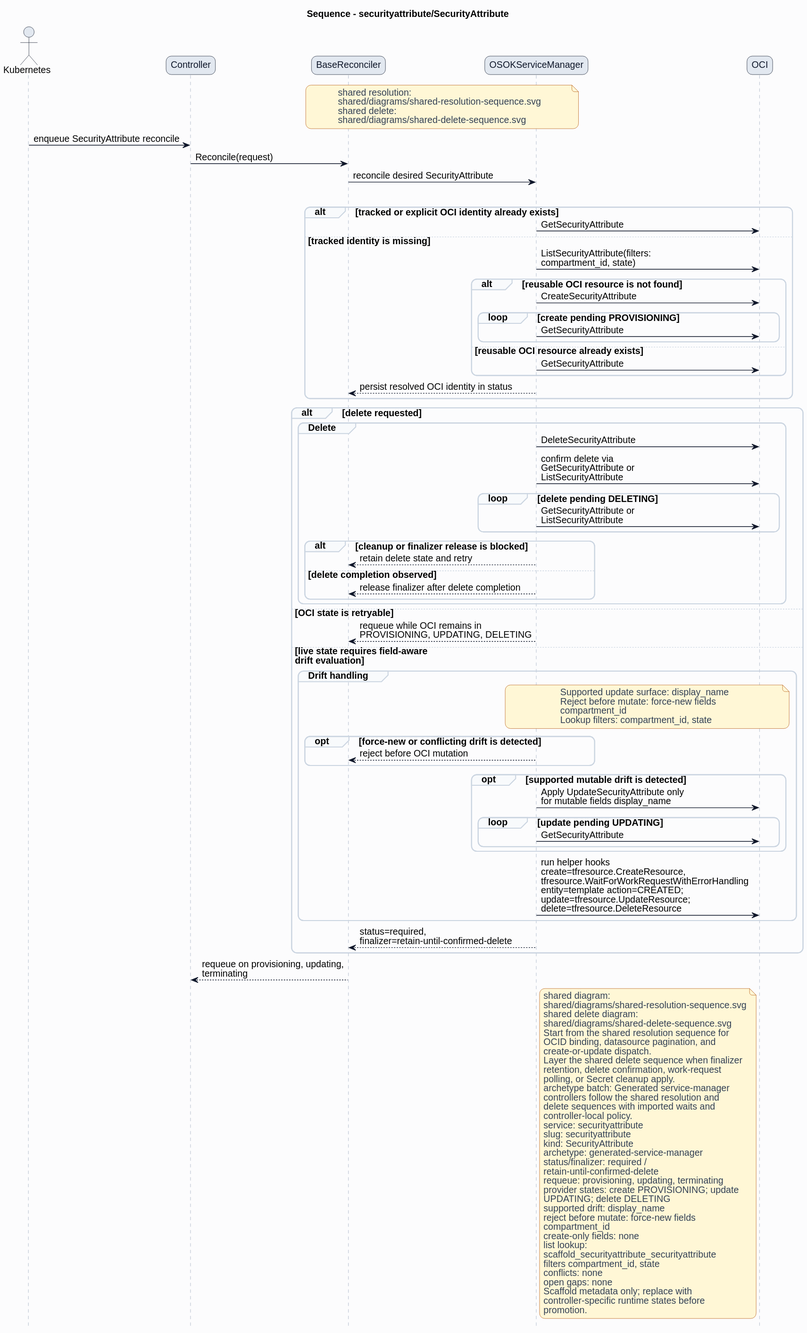
The PlantUML diagram formal/controllers/securityattribute/securityattribute/diagrams/sequence.svg in HaoyL666/oci-service-operator, before a commit. Its diagram source:
```plantuml
@startuml
skinparam shadowing false
skinparam backgroundColor #fcfcfd
skinparam defaultFontName Helvetica
skinparam defaultFontSize 14
skinparam arrowColor #0f172a
skinparam noteBackgroundColor #fff7d6
skinparam noteBorderColor #b45309
skinparam noteFontColor #334155
skinparam roundcorner 16
title Sequence - securityattribute/SecurityAttribute
hide footbox
skinparam sequence {
  actorBorderColor #0f172a
  actorBackgroundColor #e2e8f0
  participantBorderColor #0f172a
  participantBackgroundColor #e2e8f0
  participantFontColor #0f172a
  lifeLineBorderColor #94a3b8
  groupBorderColor #cbd5e1
  groupBackgroundColor #f8fafc
}
actor Kubernetes
participant Controller
participant BaseReconciler
participant "OSOKServiceManager" as ServiceManager
participant OCI
note over BaseReconciler,ServiceManager
shared resolution:
shared/diagrams/shared-resolution-sequence.svg
shared delete:
shared/diagrams/shared-delete-sequence.svg
end note
Kubernetes -> Controller: enqueue SecurityAttribute reconcile
Controller -> BaseReconciler: Reconcile(request)
BaseReconciler -> ServiceManager: reconcile desired SecurityAttribute
group Lookup and bind
alt tracked or explicit OCI identity already exists
ServiceManager -> OCI: GetSecurityAttribute
else tracked identity is missing
ServiceManager -> OCI: ListSecurityAttribute(filters:\ncompartment_id, state)
alt reusable OCI resource is not found
ServiceManager -> OCI: CreateSecurityAttribute
loop create pending PROVISIONING
ServiceManager -> OCI: GetSecurityAttribute
end
else reusable OCI resource already exists
ServiceManager -> OCI: GetSecurityAttribute
end
ServiceManager --> BaseReconciler: persist resolved OCI identity in status
end
alt delete requested
group Delete
ServiceManager -> OCI: DeleteSecurityAttribute
ServiceManager -> OCI: confirm delete via\nGetSecurityAttribute or\nListSecurityAttribute
loop delete pending DELETING
ServiceManager -> OCI: GetSecurityAttribute or\nListSecurityAttribute
end
alt cleanup or finalizer release is blocked
ServiceManager --> BaseReconciler: retain delete state and retry
else delete completion observed
ServiceManager --> BaseReconciler: release finalizer after delete completion
end
end
else OCI state is retryable
ServiceManager --> BaseReconciler: requeue while OCI remains in\nPROVISIONING, UPDATING, DELETING
else live state requires field-aware\ndrift evaluation
group Drift handling
note over ServiceManager,OCI
Supported update surface: display_name
Reject before mutate: force-new fields
compartment_id
Lookup filters: compartment_id, state
end note
opt force-new or conflicting drift is detected
ServiceManager --> BaseReconciler: reject before OCI mutation
end
opt supported mutable drift is detected
ServiceManager -> OCI: Apply UpdateSecurityAttribute only\nfor mutable fields display_name
loop update pending UPDATING
ServiceManager -> OCI: GetSecurityAttribute
end
end
ServiceManager -> OCI: run helper hooks\ncreate=tfresource.CreateResource,\ntfresource.WaitForWorkRequestWithErrorHandling\nentity=template action=CREATED;\nupdate=tfresource.UpdateResource;\ndelete=tfresource.DeleteResource
end
ServiceManager --> BaseReconciler: status=required,\nfinalizer=retain-until-confirmed-delete
end
BaseReconciler --> Controller: requeue on provisioning, updating,\nterminating
note right of ServiceManager
shared diagram:
shared/diagrams/shared-resolution-sequence.svg
shared delete diagram:
shared/diagrams/shared-delete-sequence.svg
Start from the shared resolution sequence for
OCID binding, datasource pagination, and
create-or-update dispatch.
Layer the shared delete sequence when finalizer
retention, delete confirmation, work-request
polling, or Secret cleanup apply.
archetype batch: Generated service-manager
controllers follow the shared resolution and
delete sequences with imported waits and
controller-local policy.
service: securityattribute
slug: securityattribute
kind: SecurityAttribute
archetype: generated-service-manager
status/finalizer: required /
retain-until-confirmed-delete
requeue: provisioning, updating, terminating
provider states: create PROVISIONING; update
UPDATING; delete DELETING
supported drift: display_name
reject before mutate: force-new fields
compartment_id
create-only fields: none
list lookup:
scaffold_securityattribute_securityattribute
filters compartment_id, state
conflicts: none
open gaps: none
Scaffold metadata only; replace with
controller-specific runtime states before
promotion.
end note
@enduml
```
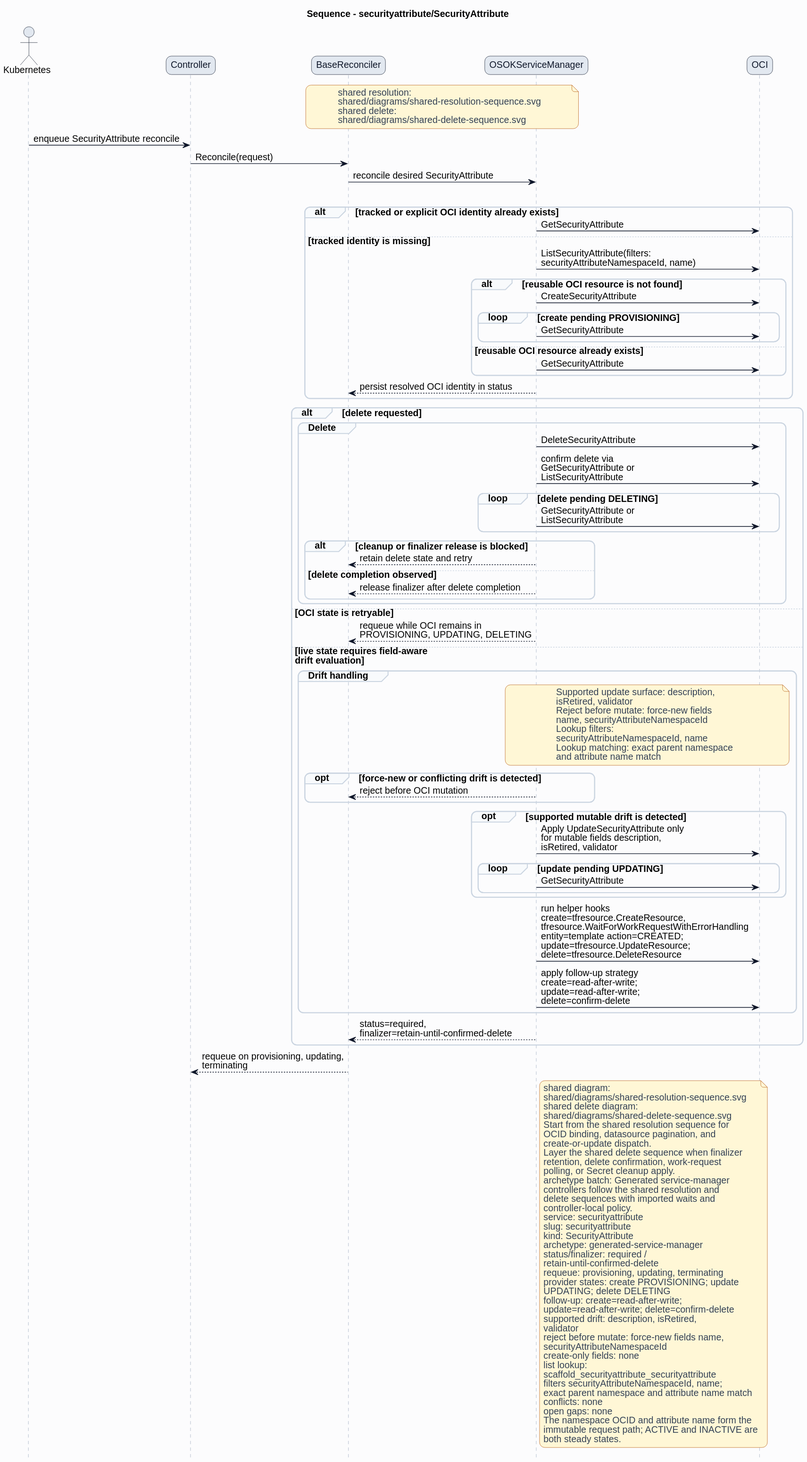
The same diagram one commit later.

The edit, as a diff of the source:
```diff
@@ -38,7 +38,7 @@
 alt tracked or explicit OCI identity already exists
 ServiceManager -> OCI: GetSecurityAttribute
 else tracked identity is missing
-ServiceManager -> OCI: ListSecurityAttribute(filters:\ncompartment_id, state)
+ServiceManager -> OCI: ListSecurityAttribute(filters:\nsecurityAttributeNamespaceId, name)
 alt reusable OCI resource is not found
 ServiceManager -> OCI: CreateSecurityAttribute
 loop create pending PROVISIONING
@@ -67,21 +67,26 @@
 else live state requires field-aware\ndrift evaluation
 group Drift handling
 note over ServiceManager,OCI
-Supported update surface: display_name
+Supported update surface: description,
+isRetired, validator
 Reject before mutate: force-new fields
-compartment_id
-Lookup filters: compartment_id, state
+name, securityAttributeNamespaceId
+Lookup filters:
+securityAttributeNamespaceId, name
+Lookup matching: exact parent namespace
+and attribute name match
 end note
 opt force-new or conflicting drift is detected
 ServiceManager --> BaseReconciler: reject before OCI mutation
 end
 opt supported mutable drift is detected
-ServiceManager -> OCI: Apply UpdateSecurityAttribute only\nfor mutable fields display_name
+ServiceManager -> OCI: Apply UpdateSecurityAttribute only\nfor mutable fields description,\nisRetired, validator
 loop update pending UPDATING
 ServiceManager -> OCI: GetSecurityAttribute
 end
 end
 ServiceManager -> OCI: run helper hooks\ncreate=tfresource.CreateResource,\ntfresource.WaitForWorkRequestWithErrorHandling\nentity=template action=CREATED;\nupdate=tfresource.UpdateResource;\ndelete=tfresource.DeleteResource
+ServiceManager -> OCI: apply follow-up strategy\ncreate=read-after-write;\nupdate=read-after-write;\ndelete=confirm-delete
 end
 ServiceManager --> BaseReconciler: status=required,\nfinalizer=retain-until-confirmed-delete
 end
@@ -110,17 +115,21 @@
 requeue: provisioning, updating, terminating
 provider states: create PROVISIONING; update
 UPDATING; delete DELETING
-supported drift: display_name
-reject before mutate: force-new fields
-compartment_id
+follow-up: create=read-after-write;
+update=read-after-write; delete=confirm-delete
+supported drift: description, isRetired,
+validator
+reject before mutate: force-new fields name,
+securityAttributeNamespaceId
 create-only fields: none
 list lookup:
 scaffold_securityattribute_securityattribute
-filters compartment_id, state
+filters securityAttributeNamespaceId, name;
+exact parent namespace and attribute name match
 conflicts: none
 open gaps: none
-Scaffold metadata only; replace with
-controller-specific runtime states before
-promotion.
+The namespace OCID and attribute name form the
+immutable request path; ACTIVE and INACTIVE are
+both steady states.
 end note
 @enduml
```
